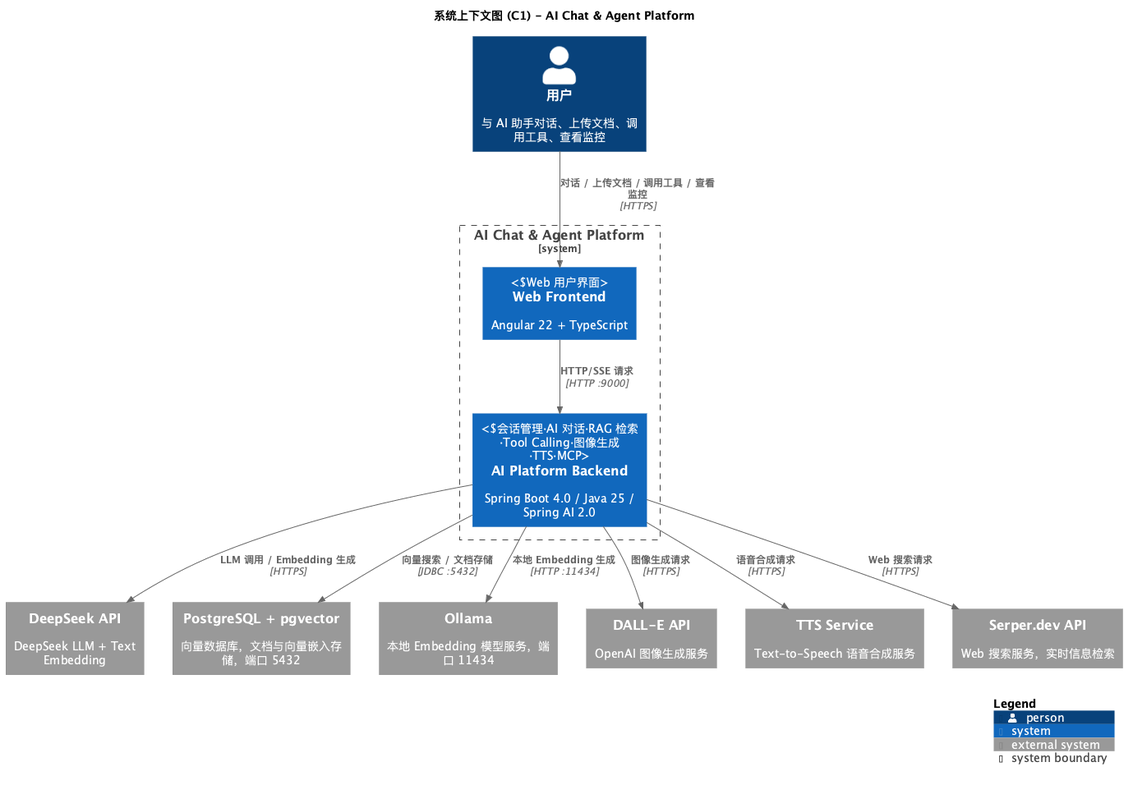
Before: docs/c4/png/C1-Context.png, a diagram exported from PlantUML (felixzhu97/explore-ai). The source it was exported from:
```plantuml
@startuml C1-Context
!include https://raw.githubusercontent.com/plantuml-stdlib/C4-PlantUML/master/C4_Context.puml

LAYOUT_WITH_LEGEND()

title 系统上下文图 (C1) - AI Chat & Agent Platform

Person(user, "用户", "与 AI 助手对话、上传文档、调用工具、查看监控")

System_Boundary(ai_platform, "AI Chat & Agent Platform") {
    System(frontend, "Web Frontend", "Angular 22 + TypeScript", "Web 用户界面")
    System(backend, "AI Platform Backend", "Spring Boot 4.0 / Java 25 / Spring AI 2.0", "会话管理·AI 对话·RAG 检索·Tool Calling·图像生成·TTS·MCP")
}

System_Ext(deepseek_api, "DeepSeek API", "DeepSeek LLM + Text Embedding")
System_Ext(postgresql, "PostgreSQL + pgvector", "向量数据库，文档与向量嵌入存储，端口 5432")
System_Ext(ollama, "Ollama", "本地 Embedding 模型服务，端口 11434")
System_Ext(dalle_api, "DALL-E API", "OpenAI 图像生成服务")
System_Ext(tts_api, "TTS Service", "Text-to-Speech 语音合成服务")
System_Ext(serper_api, "Serper.dev API", "Web 搜索服务，实时信息检索")

Rel(user, frontend, "对话 / 上传文档 / 调用工具 / 查看监控", "HTTPS")
Rel(frontend, backend, "HTTP/SSE 请求", "HTTP :9000")
Rel(backend, deepseek_api, "LLM 调用 / Embedding 生成", "HTTPS")
Rel(backend, postgresql, "向量搜索 / 文档存储", "JDBC :5432")
Rel(backend, ollama, "本地 Embedding 生成", "HTTP :11434")
Rel(backend, dalle_api, "图像生成请求", "HTTPS")
Rel(backend, tts_api, "语音合成请求", "HTTPS")
Rel(backend, serper_api, "Web 搜索请求", "HTTPS")

SHOW_LEGEND()
@enduml
```
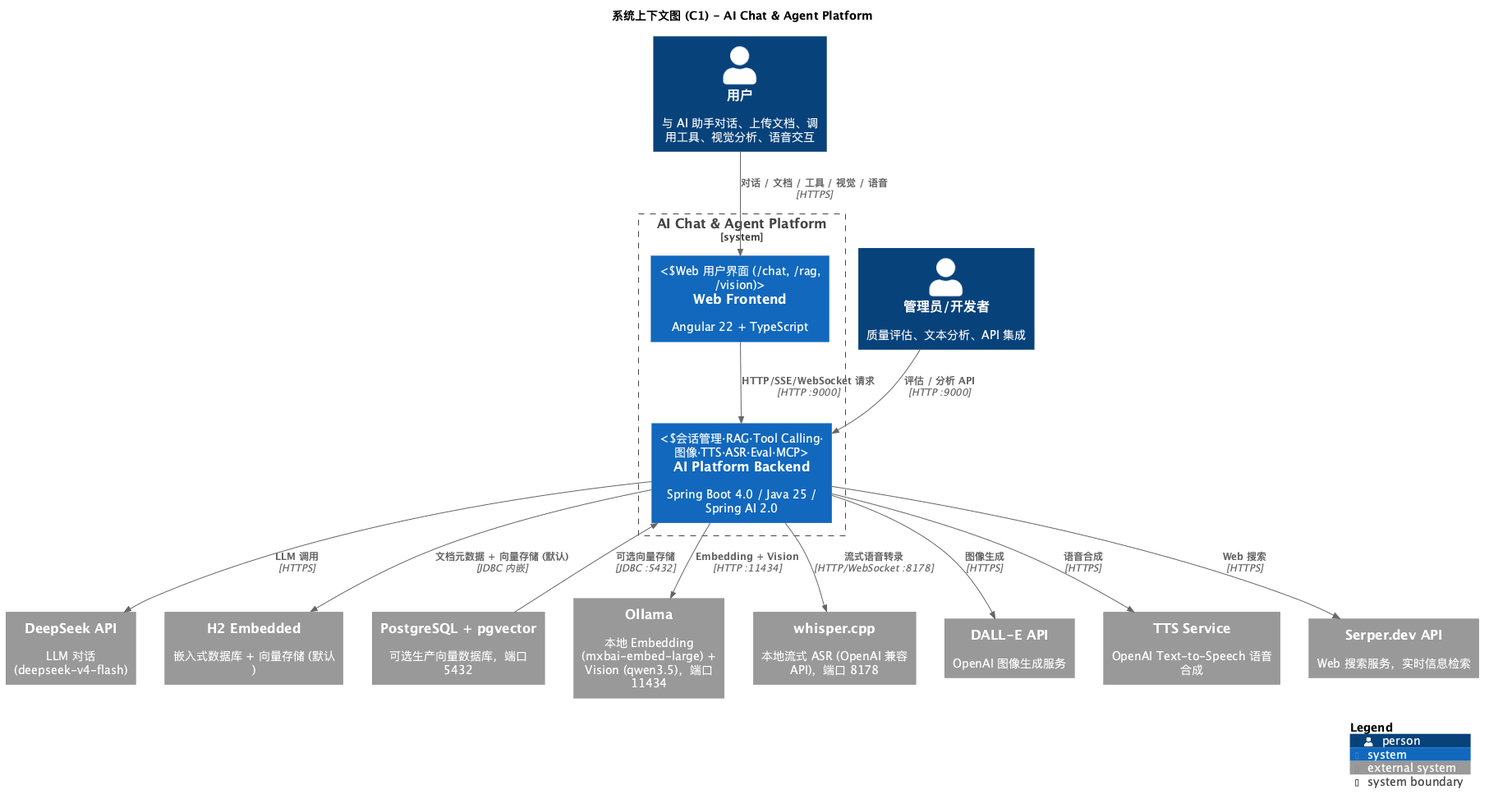
The same file after the commit.

Change to the diagram source:
```diff
@@ -5,28 +5,35 @@
 
 title 系统上下文图 (C1) - AI Chat & Agent Platform
 
-Person(user, "用户", "与 AI 助手对话、上传文档、调用工具、查看监控")
+Person(user, "用户", "与 AI 助手对话、上传文档、调用工具、视觉分析、语音交互")
+Person(admin, "管理员/开发者", "质量评估、文本分析、API 集成")
 
 System_Boundary(ai_platform, "AI Chat & Agent Platform") {
-    System(frontend, "Web Frontend", "Angular 22 + TypeScript", "Web 用户界面")
-    System(backend, "AI Platform Backend", "Spring Boot 4.0 / Java 25 / Spring AI 2.0", "会话管理·AI 对话·RAG 检索·Tool Calling·图像生成·TTS·MCP")
+    System(frontend, "Web Frontend", "Angular 22 + TypeScript", "Web 用户界面 (/chat, /rag, /vision)")
+    System(backend, "AI Platform Backend", "Spring Boot 4.0 / Java 25 / Spring AI 2.0", "会话管理·RAG·Tool Calling·图像·TTS·ASR·Eval·MCP")
 }
 
-System_Ext(deepseek_api, "DeepSeek API", "DeepSeek LLM + Text Embedding")
-System_Ext(postgresql, "PostgreSQL + pgvector", "向量数据库，文档与向量嵌入存储，端口 5432")
-System_Ext(ollama, "Ollama", "本地 Embedding 模型服务，端口 11434")
+System_Ext(deepseek_api, "DeepSeek API", "LLM 对话 (deepseek-v4-flash)")
+System_Ext(h2_db, "H2 Embedded", "嵌入式数据库 + 向量存储 (默认)")
+System_Ext(postgresql, "PostgreSQL + pgvector", "可选生产向量数据库，端口 5432")
+System_Ext(ollama, "Ollama", "本地 Embedding (mxbai-embed-large) + Vision (qwen3.5)，端口 11434")
+System_Ext(whisper_cpp, "whisper.cpp", "本地流式 ASR (OpenAI 兼容 API)，端口 8178")
 System_Ext(dalle_api, "DALL-E API", "OpenAI 图像生成服务")
-System_Ext(tts_api, "TTS Service", "Text-to-Speech 语音合成服务")
+System_Ext(tts_api, "TTS Service", "OpenAI Text-to-Speech 语音合成")
 System_Ext(serper_api, "Serper.dev API", "Web 搜索服务，实时信息检索")
 
-Rel(user, frontend, "对话 / 上传文档 / 调用工具 / 查看监控", "HTTPS")
-Rel(frontend, backend, "HTTP/SSE 请求", "HTTP :9000")
-Rel(backend, deepseek_api, "LLM 调用 / Embedding 生成", "HTTPS")
-Rel(backend, postgresql, "向量搜索 / 文档存储", "JDBC :5432")
-Rel(backend, ollama, "本地 Embedding 生成", "HTTP :11434")
-Rel(backend, dalle_api, "图像生成请求", "HTTPS")
-Rel(backend, tts_api, "语音合成请求", "HTTPS")
-Rel(backend, serper_api, "Web 搜索请求", "HTTPS")
+Rel(user, frontend, "对话 / 文档 / 工具 / 视觉 / 语音", "HTTPS")
+Rel(admin, backend, "评估 / 分析 API", "HTTP :9000")
+Rel(frontend, backend, "HTTP/SSE/WebSocket 请求", "HTTP :9000")
+
+Rel(backend, deepseek_api, "LLM 调用", "HTTPS")
+Rel(backend, h2_db, "文档元数据 + 向量存储 (默认)", "JDBC 内嵌")
+Rel_Back(backend, postgresql, "可选向量存储", "JDBC :5432")
+Rel(backend, ollama, "Embedding + Vision", "HTTP :11434")
+Rel(backend, whisper_cpp, "流式语音转录", "HTTP/WebSocket :8178")
+Rel(backend, dalle_api, "图像生成", "HTTPS")
+Rel(backend, tts_api, "语音合成", "HTTPS")
+Rel(backend, serper_api, "Web 搜索", "HTTPS")
 
 SHOW_LEGEND()
 @enduml
```
